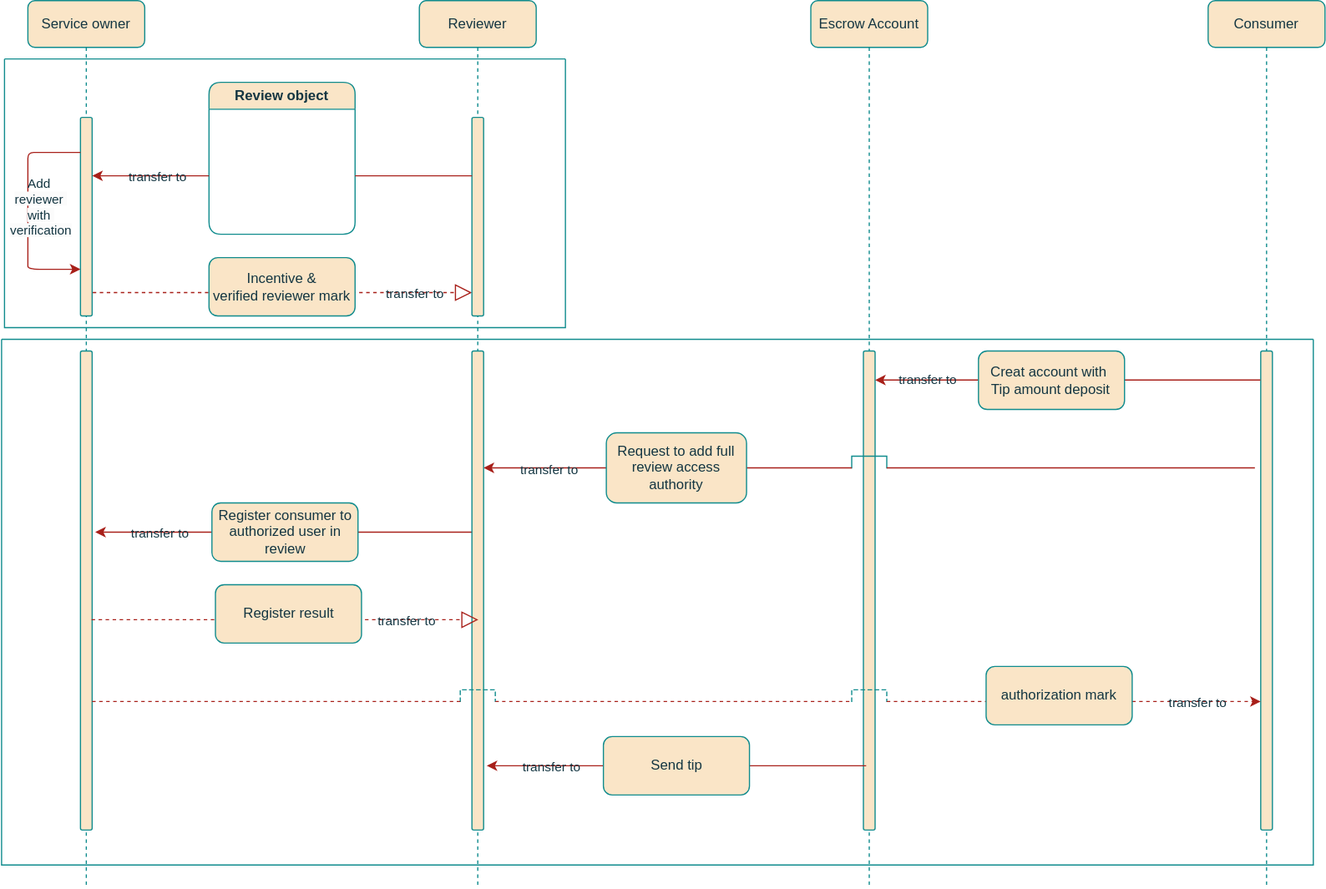
Before: Seq_Diagram_use_escrow.drawio.svg, a diagram exported from draw.io (devan-ko/rating_poc). Source tidied: cells renumbered, new cells last; positions are measured from the earlier drawing's top-left corner, leaving out a move shared by most shapes.
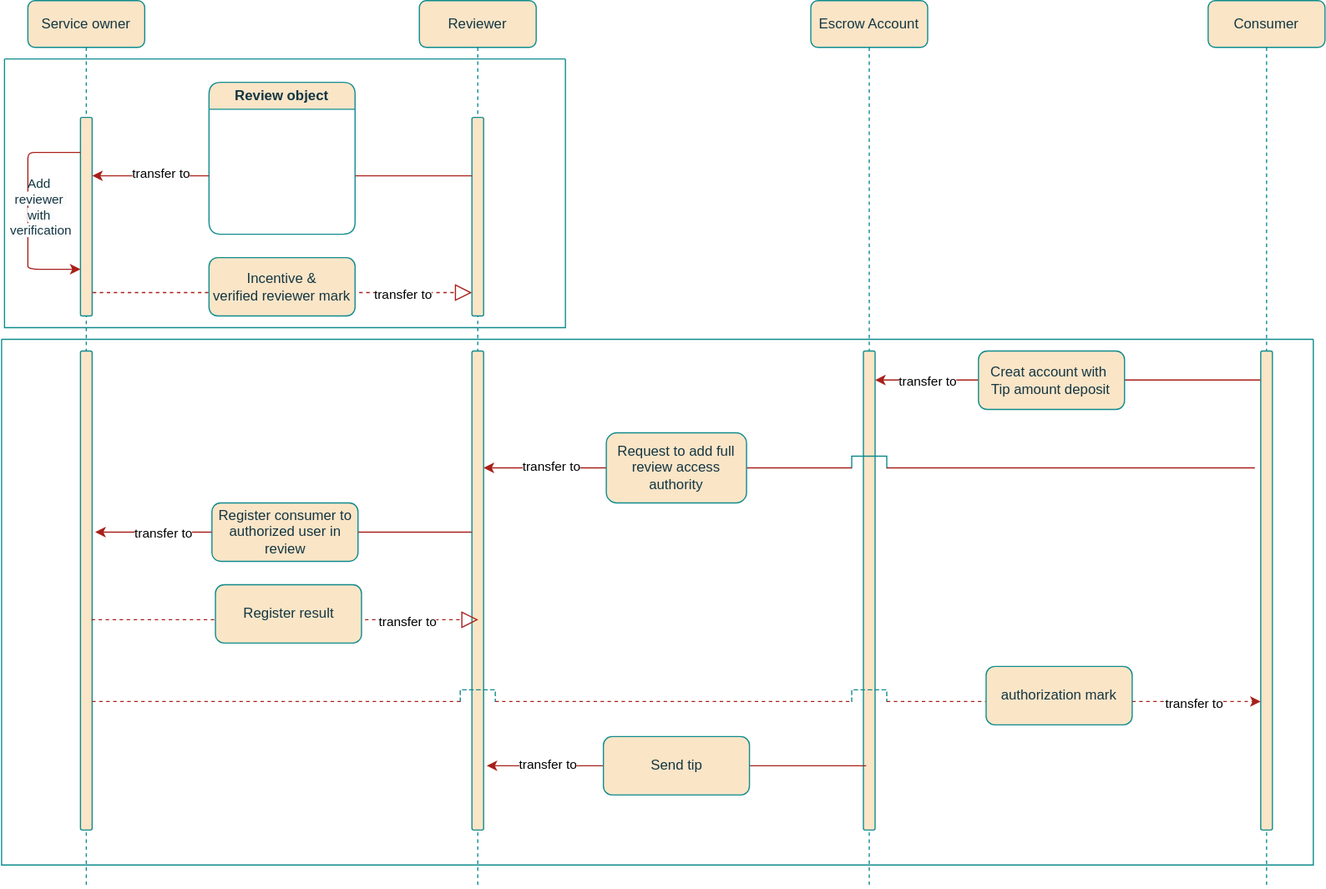
The same file after the commit.

Diff of the diagram source:
```diff
@@ -7,6 +7,11 @@
         <mxPoint x="402" y="250" as="targetPoint" />
       </mxGeometry>
     </mxCell>
+    <mxCell id="48" value="transfer to" style="edgeLabel;html=1;align=center;verticalAlign=middle;" parent="2" vertex="1">
+      <mxGeometry x="0.64" y="-1" relative="1" as="geometry">
+        <mxPoint x="1" as="offset" />
+      </mxGeometry>
+    </mxCell>
     <mxCell id="3" value="Service owner" style="shape=umlLifeline;perimeter=lifelinePerimeter;whiteSpace=wrap;html=1;outlineConnect=0;portConstraint=eastwest;newEdgeStyle={&quot;edgeStyle&quot;:&quot;elbowEdgeStyle&quot;,&quot;elbow&quot;:&quot;vertical&quot;,&quot;curved&quot;:0,&quot;rounded&quot;:0};labelBackgroundColor=none;rounded=1;fillColor=#FAE5C7;strokeColor=#0F8B8D;fontColor=#143642;" parent="1" vertex="1">
       <mxGeometry x="22" width="100" height="760" as="geometry" />
     </mxCell>
@@ -31,6 +36,9 @@
         <mxPoint x="79.6" y="455" as="targetPoint" />
       </mxGeometry>
     </mxCell>
+    <mxCell id="49" value="transfer to" style="edgeLabel;html=1;align=center;verticalAlign=middle;" parent="9" vertex="1">
+      <mxGeometry x="0.65" relative="1" as="geometry" />
+    </mxCell>
     <mxCell id="10" style="endArrow=classic;html=1;rounded=1;jumpStyle=arc;jumpSize=30;labelBackgroundColor=none;fontColor=default;strokeColor=#A8201A;" parent="1" edge="1">
       <mxGeometry relative="1" as="geometry">
         <mxPoint x="72" y="660" as="sourcePoint" />
@@ -78,12 +86,6 @@
         <mxPoint x="77" y="600" as="sourcePoint" />
       </mxGeometry>
     </mxCell>
-    <mxCell id="19" value="transfer to" style="edgeLabel;html=1;align=center;verticalAlign=middle;labelBackgroundColor=none;fontColor=#143642;" parent="1" vertex="1">
-      <mxGeometry x="352" y="250" as="geometry" />
-    </mxCell>
-    <mxCell id="20" value="transfer to" style="edgeLabel;html=1;align=center;verticalAlign=middle;labelBackgroundColor=none;fontColor=#143642;" parent="1" vertex="1">
-      <mxGeometry x="134.5" y="455" as="geometry" />
-    </mxCell>
     <mxCell id="21" value="Consumer" style="shape=umlLifeline;perimeter=lifelinePerimeter;whiteSpace=wrap;html=1;newEdgeStyle={&quot;edgeStyle&quot;:&quot;elbowEdgeStyle&quot;,&quot;elbow&quot;:&quot;vertical&quot;,&quot;curved&quot;:0,&quot;rounded&quot;:0};labelBackgroundColor=none;rounded=1;fillColor=#FAE5C7;strokeColor=#0F8B8D;fontColor=#143642;" parent="1" vertex="1">
       <mxGeometry x="1032" width="100" height="760" as="geometry" />
     </mxCell>
@@ -99,9 +101,9 @@
         <mxPoint x="412" y="400" as="targetPoint" />
       </mxGeometry>
     </mxCell>
-    <mxCell id="25" value="transfer to" style="edgeLabel;html=1;align=center;verticalAlign=middle;labelBackgroundColor=none;fontColor=#143642;" parent="24" vertex="1">
-      <mxGeometry x="0.65" y="1" relative="1" as="geometry" />
-    </mxCell>
+    <mxCell id="50" value="transfer to" style="edgeLabel;html=1;align=center;verticalAlign=middle;" parent="24" vertex="1">
+      <mxGeometry x="0.64" y="-2" relative="1" as="geometry" />
+    </mxCell>
     <mxCell id="26" style="endArrow=none;html=1;rounded=1;entryX=1;entryY=0;entryDx=0;entryDy=0;labelBackgroundColor=none;fontColor=default;strokeColor=#A8201A;" parent="1" edge="1">
       <mxGeometry relative="1" as="geometry">
         <mxPoint x="757" y="400" as="sourcePoint" />
@@ -116,11 +118,9 @@
         <mxPoint x="1076.7" y="324.8" as="sourcePoint" />
       </mxGeometry>
     </mxCell>
-    <mxCell id="29" value="transfer to" style="edgeLabel;html=1;align=center;verticalAlign=middle;labelBackgroundColor=none;fontColor=#143642;" parent="28" vertex="1">
-      <mxGeometry x="0.69" y="1" relative="1" as="geometry">
-        <mxPoint x="-6" y="-1" as="offset" />
-      </mxGeometry>
-    </mxCell>
+    <mxCell id="51" value="transfer to" style="edgeLabel;html=1;align=center;verticalAlign=middle;" parent="28" vertex="1">
+      <mxGeometry x="0.73" y="1" relative="1" as="geometry" />
+    </mxCell>
     <mxCell id="30" value="Creat account with&amp;nbsp;&lt;br&gt;Tip amount deposit" style="html=1;whiteSpace=wrap;labelBackgroundColor=none;rounded=1;fillColor=#FAE5C7;strokeColor=#0F8B8D;fontColor=#143642;" parent="1" vertex="1">
       <mxGeometry x="835.5" y="300" width="125" height="50" as="geometry" />
     </mxCell>
@@ -135,9 +135,9 @@
         <mxPoint y="80" as="sourcePoint" />
       </mxGeometry>
     </mxCell>
-    <mxCell id="34" value="transfer to" style="edgeLabel;html=1;align=center;verticalAlign=middle;labelBackgroundColor=none;fontColor=#143642;" parent="32" vertex="1">
-      <mxGeometry x="-45" y="80" as="geometry" />
-    </mxCell>
+    <mxCell id="52" value="transfer to" style="edgeLabel;html=1;align=center;verticalAlign=middle;" parent="33" vertex="1">
+      <mxGeometry x="-0.16" y="-3" relative="1" as="geometry" />
+    </mxCell>
     <mxCell id="35" style="endArrow=none;html=1;rounded=1;jumpStyle=none;jumpSize=0;labelBackgroundColor=none;fontColor=default;strokeColor=#A8201A;" parent="31" edge="1">
       <mxGeometry relative="1" as="geometry">
         <mxPoint x="300" y="100" as="sourcePoint" />
@@ -164,11 +164,9 @@
         </Array>
       </mxGeometry>
     </mxCell>
-    <mxCell id="39" value="transfer to" style="edgeLabel;html=1;align=center;verticalAlign=middle;labelBackgroundColor=none;fontColor=#143642;" parent="38" vertex="1">
-      <mxGeometry x="0.69" y="-4" relative="1" as="geometry">
-        <mxPoint x="-5" y="-4" as="offset" />
-      </mxGeometry>
-    </mxCell>
+    <mxCell id="53" value="transfer to" style="edgeLabel;html=1;align=center;verticalAlign=middle;" parent="38" vertex="1">
+      <mxGeometry x="0.64" y="-1" relative="1" as="geometry" />
+    </mxCell>
     <mxCell id="40" value="authorization mark" style="html=1;whiteSpace=wrap;labelBackgroundColor=none;rounded=1;fillColor=#FAE5C7;strokeColor=#0F8B8D;fontColor=#143642;" parent="1" vertex="1">
       <mxGeometry x="842" y="570" width="125" height="50" as="geometry" />
     </mxCell>
@@ -178,11 +176,9 @@
         <mxPoint x="407.5" y="530" as="targetPoint" />
       </mxGeometry>
     </mxCell>
-    <mxCell id="42" value="transfer to" style="edgeLabel;html=1;align=center;verticalAlign=middle;labelBackgroundColor=none;fontColor=#143642;" parent="41" vertex="1">
-      <mxGeometry x="0.63" y="4" relative="1" as="geometry">
-        <mxPoint y="4" as="offset" />
-      </mxGeometry>
-    </mxCell>
+    <mxCell id="54" value="transfer to" style="edgeLabel;html=1;align=center;verticalAlign=middle;" parent="41" vertex="1">
+      <mxGeometry x="0.63" y="-1" relative="1" as="geometry" />
+    </mxCell>
     <mxCell id="43" value="Register result" style="html=1;whiteSpace=wrap;labelBackgroundColor=none;rounded=1;fillColor=#FAE5C7;strokeColor=#0F8B8D;fontColor=#143642;" parent="1" vertex="1">
       <mxGeometry x="182.5" y="500" width="125" height="50" as="geometry" />
     </mxCell>
@@ -192,12 +188,12 @@
         <mxPoint x="414.6" y="655" as="targetPoint" />
       </mxGeometry>
     </mxCell>
+    <mxCell id="55" value="transfer to" style="edgeLabel;html=1;align=center;verticalAlign=middle;" parent="44" vertex="1">
+      <mxGeometry x="0.68" y="-2" relative="1" as="geometry" />
+    </mxCell>
     <mxCell id="45" value="Send tip" style="html=1;whiteSpace=wrap;labelBackgroundColor=none;rounded=1;fillColor=#FAE5C7;strokeColor=#0F8B8D;fontColor=#143642;" parent="1" vertex="1">
       <mxGeometry x="514.5" y="630" width="125" height="50" as="geometry" />
     </mxCell>
-    <mxCell id="46" value="transfer to" style="edgeLabel;html=1;align=center;verticalAlign=middle;labelBackgroundColor=none;fontColor=#143642;" parent="1" vertex="1">
-      <mxGeometry x="469.5" y="655" as="geometry" />
-    </mxCell>
     <mxCell id="47" style="swimlane;startSize=0;labelBackgroundColor=none;fillColor=#FAE5C7;strokeColor=#0F8B8D;fontColor=#143642;" parent="1" vertex="1">
       <mxGeometry x="-0.5" y="290" width="1122.5" height="450" as="geometry" />
     </mxCell>
```
